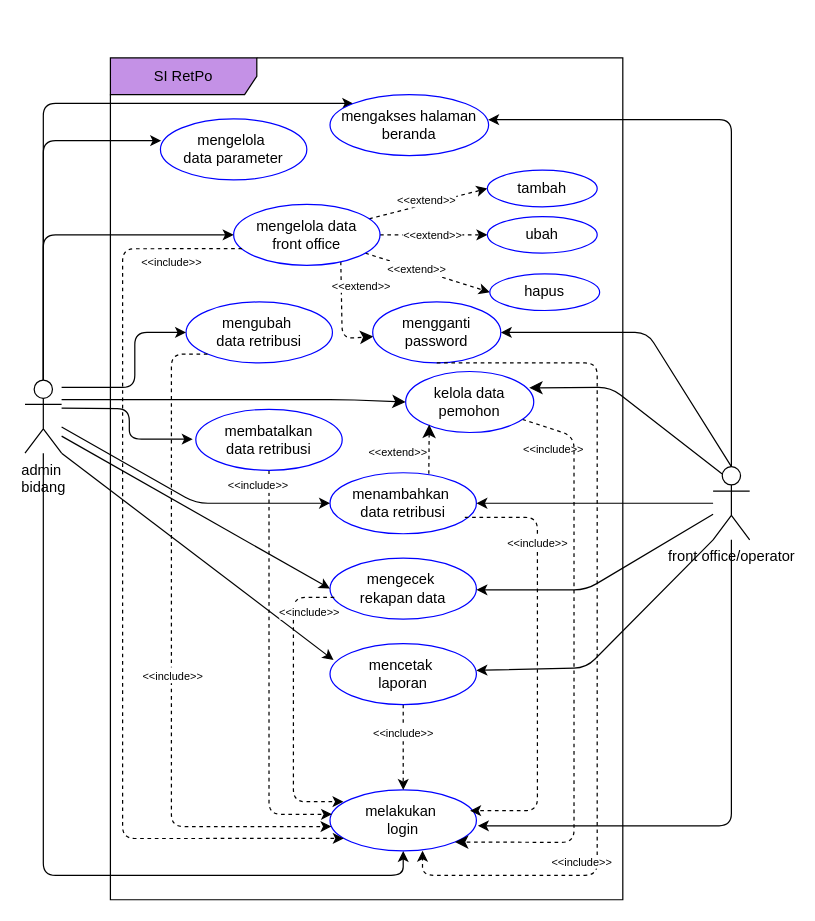
Before: page "use case" (1 of 3) of SI-retribusi.drawio in eenattayani/desain, a draw.io diagram. Source tidied: cells renumbered, new cells numbered last; positions are measured from the earlier drawing's top-left corner, leaving out a move shared by most shapes. Both pictures are drawn from the tidied source at 122%, with x=0, y=0 at pixel (24, 57).
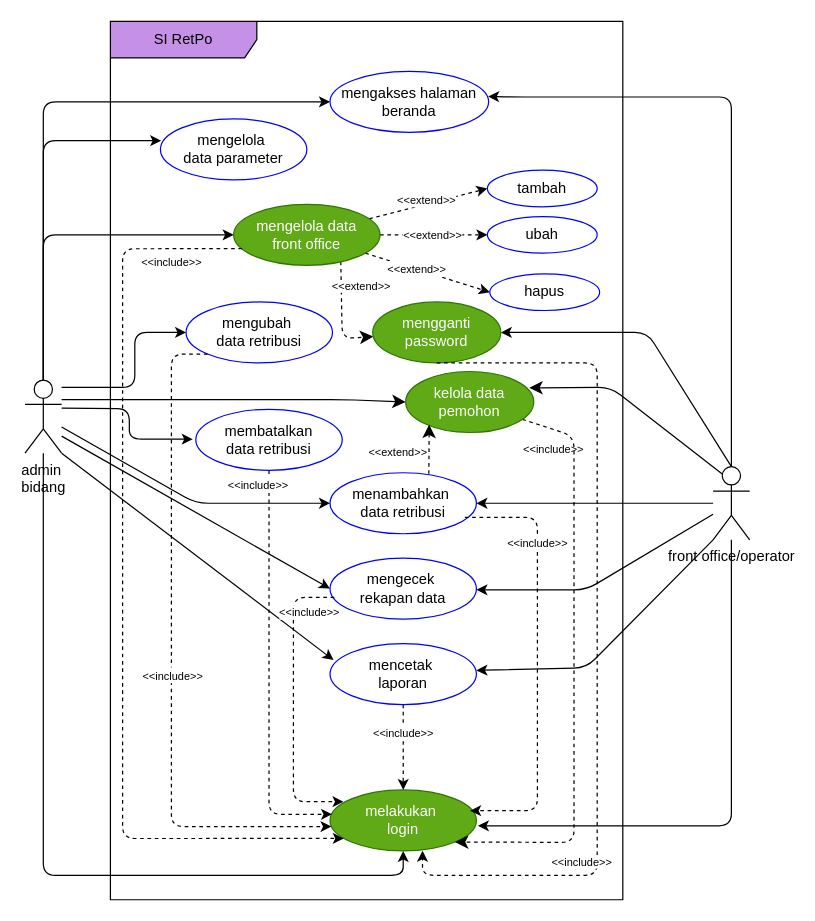
The same diagram, later.

The change refers to these unchanged cells:
```xml
<mxCell id="7" value="admin&amp;nbsp;&lt;div&gt;bidang&lt;/div&gt;" style="shape=umlActor;verticalLabelPosition=bottom;verticalAlign=top;html=1;outlineConnect=0;align=center;" parent="1" vertex="1">
  <mxGeometry y="264" width="30" height="60" as="geometry" />
</mxCell>
<mxCell id="11" value="front office/operator" style="shape=umlActor;verticalLabelPosition=bottom;verticalAlign=top;html=1;outlineConnect=0;" parent="1" vertex="1">
  <mxGeometry x="564" y="335" width="30" height="60" as="geometry" />
</mxCell>
```

What changed in the source:
```diff
@@
-    <mxCell id="6" style="edgeStyle=orthogonalEdgeStyle;rounded=1;jettySize=auto;html=1;entryX=0;entryY=0;entryDx=0;entryDy=0;curved=0;" parent="1" edge="1" source="7" target="60">
+    <mxCell id="6" style="edgeStyle=orthogonalEdgeStyle;rounded=1;jettySize=auto;html=1;entryX=0;entryY=0.5;entryDx=0;entryDy=0;curved=0;" parent="1" edge="1" source="7" target="60">
       <mxGeometry relative="1" as="geometry">
         <Array as="points">
-          <mxPoint x="15" y="37" />
+          <mxPoint x="15" y="36" />
         </Array>
       </mxGeometry>
     </mxCell>
@@
     <mxCell id="8" value="SI RetPo" style="shape=umlFrame;whiteSpace=wrap;html=1;fillColor=#C491E6;width=120;height=30;" parent="1" vertex="1">
-      <mxGeometry x="70" width="420" height="690" as="geometry" />
+      <mxGeometry x="70" y="-30" width="420" height="720" as="geometry" />
     </mxCell>
@@
-    <mxCell id="12" value="melakukan&amp;nbsp;&lt;div&gt;login&lt;/div&gt;" style="ellipse;whiteSpace=wrap;html=1;strokeColor=#0000FF;shadow=0;" parent="1" vertex="1">
+    <mxCell id="12" value="melakukan&amp;nbsp;&lt;div&gt;login&lt;/div&gt;" style="ellipse;whiteSpace=wrap;html=1;strokeColor=#2D7600;shadow=0;fillColor=#60a917;fontColor=#ffffff;" parent="1" vertex="1">
       <mxGeometry x="250" y="600" width="120" height="50" as="geometry" />
     </mxCell>
@@
-    <mxCell id="18" value="mengelola data&lt;div&gt;front office&lt;/div&gt;" style="ellipse;whiteSpace=wrap;html=1;strokeColor=#0000FF;shadow=0;" parent="1" vertex="1">
+    <mxCell id="18" value="mengelola data&lt;div&gt;front office&lt;/div&gt;" style="ellipse;whiteSpace=wrap;html=1;strokeColor=#2D7600;shadow=0;fillColor=#60a917;fontColor=#ffffff;" parent="1" vertex="1">
       <mxGeometry x="171" y="120" width="120" height="50" as="geometry" />
     </mxCell>
@@
-    <mxCell id="49" value="mengganti password" style="ellipse;whiteSpace=wrap;html=1;strokeColor=#0000FF;shadow=0;" parent="1" vertex="1">
+    <mxCell id="49" value="mengganti password" style="ellipse;whiteSpace=wrap;html=1;strokeColor=#2D7600;shadow=0;fillColor=#60a917;fontColor=#ffffff;" parent="1" vertex="1">
       <mxGeometry x="285" y="200" width="105" height="50" as="geometry" />
     </mxCell>
@@
-    <mxCell id="53" value="kelola data&lt;div&gt;pemohon&lt;/div&gt;" style="ellipse;whiteSpace=wrap;html=1;strokeColor=#0000FF;shadow=0;" parent="1" vertex="1">
+    <mxCell id="53" value="kelola data&lt;div&gt;pemohon&lt;/div&gt;" style="ellipse;whiteSpace=wrap;html=1;strokeColor=#2D7600;shadow=0;fillColor=#60a917;fontColor=#ffffff;" parent="1" vertex="1">
       <mxGeometry x="312" y="257" width="105" height="50" as="geometry" />
     </mxCell>
@@
     <mxCell id="60" value="mengakses halaman beranda" style="ellipse;whiteSpace=wrap;html=1;strokeColor=#0000FF;shadow=0;" parent="1" vertex="1">
-      <mxGeometry x="250" y="30" width="130" height="50" as="geometry" />
+      <mxGeometry x="250" y="11" width="130" height="50" as="geometry" />
     </mxCell>
     <mxCell id="61" style="edgeStyle=orthogonalEdgeStyle;rounded=1;jettySize=auto;html=1;entryX=0.997;entryY=0.412;entryDx=0;entryDy=0;entryPerimeter=0;curved=0;" parent="1" edge="1" source="11" target="60">
       <mxGeometry relative="1" as="geometry">
         <Array as="points">
-          <mxPoint x="579" y="51" />
+          <mxPoint x="579" y="32" />
+          <mxPoint x="400" y="32" />
         </Array>
       </mxGeometry>
     </mxCell>
```
